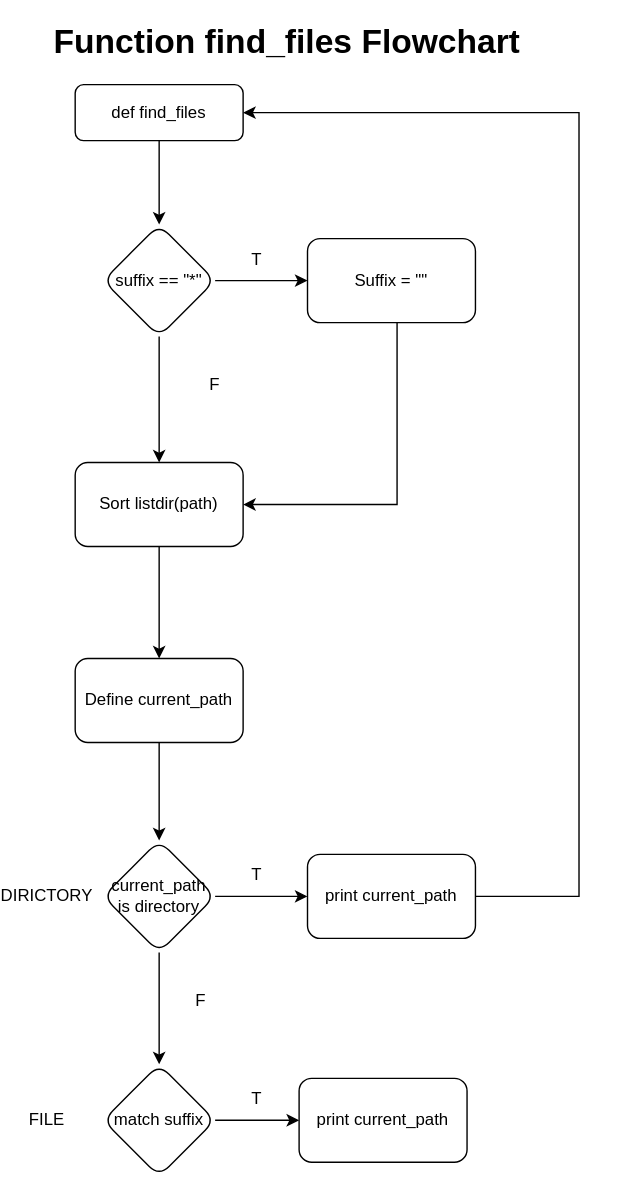
This is 2/5/Project/problem_2.drawio.svg from ZacksAmber/Udacity-Data-Structure-Algorithms, a draw.io export, as it was before one commit. Source tidied: cells renumbered, new cells last; positions are measured from the earlier drawing's top-left corner, leaving out a move shared by most shapes.
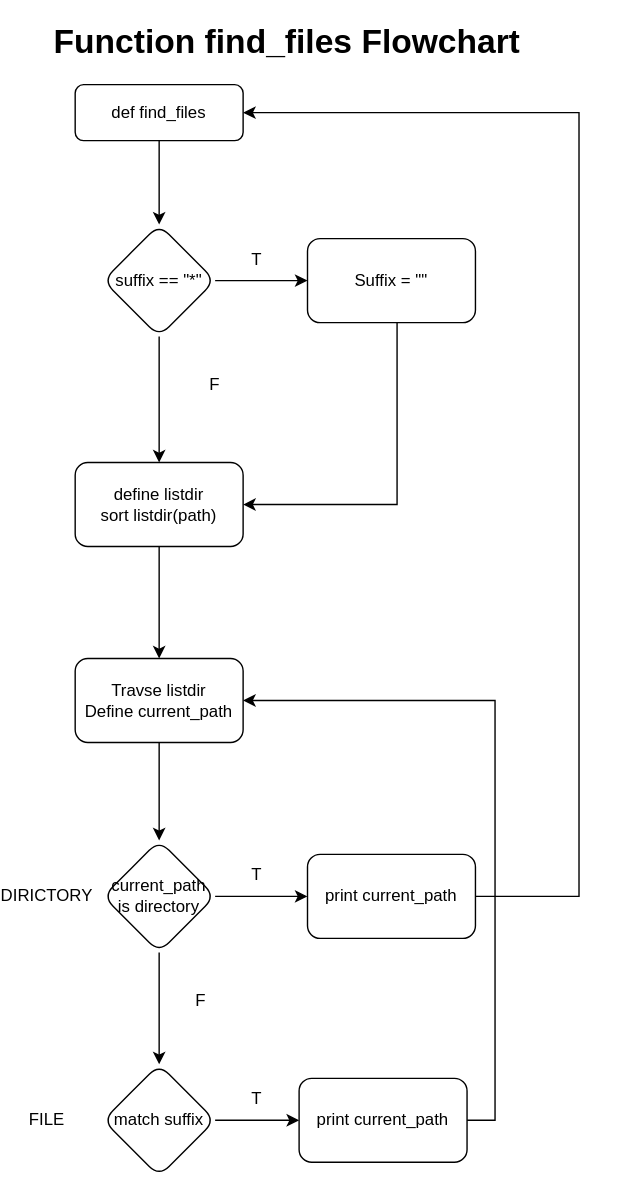
After the commit.

Diff of the diagram source:
```diff
@@ -20,7 +20,7 @@
     <mxCell id="7" style="edgeStyle=orthogonalEdgeStyle;rounded=0;jettySize=auto;html=1;" parent="1" edge="1" source="8" target="14">
       <mxGeometry relative="1" as="geometry" />
     </mxCell>
-    <mxCell id="8" value="Sort listdir(path)" style="whiteSpace=wrap;html=1;rounded=1;glass=0;strokeWidth=1;shadow=0;" parent="1" vertex="1">
+    <mxCell id="8" value="define listdir&lt;br&gt;sort listdir(path)" style="whiteSpace=wrap;html=1;rounded=1;glass=0;strokeWidth=1;shadow=0;" parent="1" vertex="1">
       <mxGeometry x="50" y="320" width="120" height="60" as="geometry" />
     </mxCell>
     <mxCell id="9" value="F" style="text;html=1;strokeColor=none;fillColor=none;align=center;verticalAlign=middle;whiteSpace=wrap;rounded=0;" parent="1" vertex="1">
@@ -42,7 +42,7 @@
     <mxCell id="13" style="edgeStyle=orthogonalEdgeStyle;rounded=0;jettySize=auto;html=1;" parent="1" edge="1" source="14" target="17">
       <mxGeometry relative="1" as="geometry" />
     </mxCell>
-    <mxCell id="14" value="Define current_path" style="whiteSpace=wrap;html=1;rounded=1;glass=0;strokeWidth=1;shadow=0;" parent="1" vertex="1">
+    <mxCell id="14" value="Travse listdir&lt;br&gt;Define current_path" style="whiteSpace=wrap;html=1;rounded=1;glass=0;strokeWidth=1;shadow=0;" parent="1" vertex="1">
       <mxGeometry x="50" y="460" width="120" height="60" as="geometry" />
     </mxCell>
     <mxCell id="15" style="edgeStyle=orthogonalEdgeStyle;rounded=0;jettySize=auto;html=1;" parent="1" edge="1" source="17" target="19">
@@ -77,6 +77,14 @@
     <mxCell id="23" value="match suffix" style="rhombus;whiteSpace=wrap;html=1;rounded=1;glass=0;strokeWidth=1;shadow=0;" parent="1" vertex="1">
       <mxGeometry x="70" y="750" width="80" height="80" as="geometry" />
     </mxCell>
+    <mxCell id="29" style="edgeStyle=orthogonalEdgeStyle;rounded=0;jettySize=auto;html=1;entryX=1;entryY=0.5;entryDx=0;entryDy=0;" parent="1" edge="1" source="24" target="14">
+      <mxGeometry relative="1" as="geometry">
+        <Array as="points">
+          <mxPoint x="350" y="790" />
+          <mxPoint x="350" y="490" />
+        </Array>
+      </mxGeometry>
+    </mxCell>
     <mxCell id="24" value="print current_path" style="whiteSpace=wrap;html=1;rounded=1;glass=0;strokeWidth=1;shadow=0;" parent="1" vertex="1">
       <mxGeometry x="210" y="760" width="120" height="60" as="geometry" />
     </mxCell>
```
